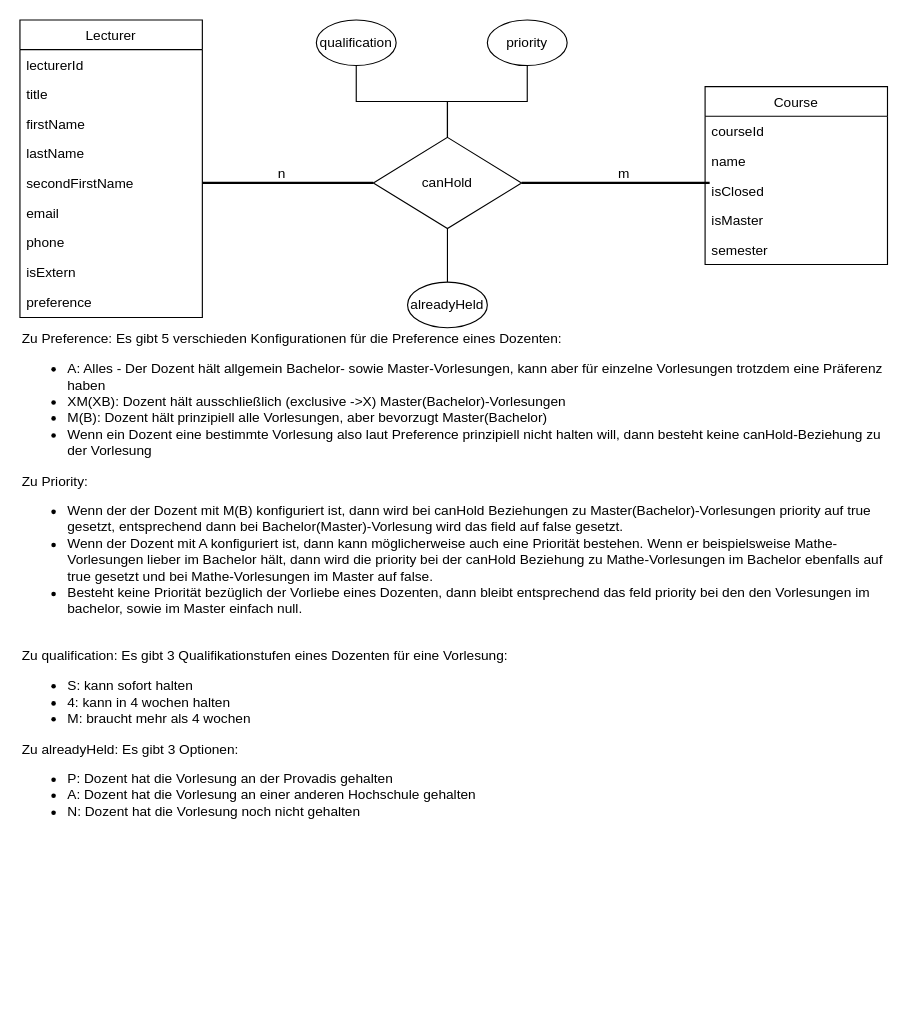
PM-Team-1/TEAM-1-PM-Dozentenverwaltung keeps this draw.io diagram as ER_Lecturer_Assignment_System.drawio. Above is the earlier version. Source tidied: cells renumbered, new cells numbered last; positions are measured from the earlier drawing's top-left corner, leaving out a move shared by most shapes. Both pictures are drawn from the tidied source at 114%, with x=0, y=0 at pixel (19, 19).
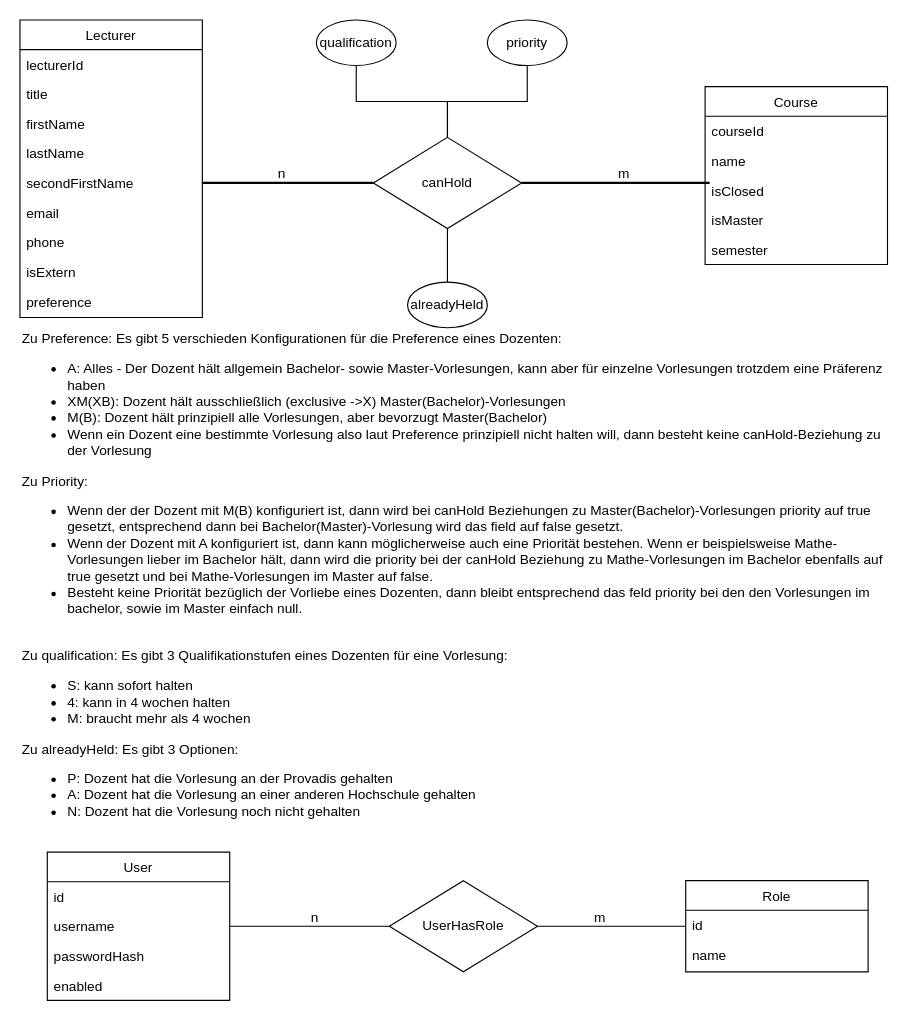
Above is the later version.

What changed in the source:
```diff
@@
+    <mxCell id="30" value="User" style="swimlane;fontStyle=0;align=center;verticalAlign=top;horizontal=1;startSize=26;rounded=0;shadow=0;strokeWidth=1;" parent="1" vertex="1">
+      <mxGeometry x="24" y="730" width="160" height="130" as="geometry" />
+    </mxCell>
+    <mxCell id="31" value="id" style="text;align=left;verticalAlign=top;spacingLeft=4;spacingRight=4;overflow=hidden;" parent="30" vertex="1">
+      <mxGeometry y="26" width="160" height="26" as="geometry" />
+    </mxCell>
+    <mxCell id="32" value="username" style="text;align=left;verticalAlign=top;spacingLeft=4;spacingRight=4;overflow=hidden;points=[[0,0.5],[1,0.5]];portConstraint=eastwest;rounded=0;shadow=0;html=0;" parent="30" vertex="1">
+      <mxGeometry y="52" width="160" height="26" as="geometry" />
+    </mxCell>
+    <mxCell id="33" value="passwordHash" style="text;align=left;verticalAlign=top;spacingLeft=4;spacingRight=4;overflow=hidden;rounded=0;shadow=0;html=0;" parent="30" vertex="1">
+      <mxGeometry y="78" width="160" height="26" as="geometry" />
+    </mxCell>
+    <mxCell id="34" value="enabled" style="text;align=left;verticalAlign=top;spacingLeft=4;spacingRight=4;overflow=hidden;rounded=0;shadow=0;html=0;" parent="30" vertex="1">
+      <mxGeometry y="104" width="160" height="26" as="geometry" />
+    </mxCell>
+    <mxCell id="35" value="Role" style="swimlane;fontStyle=0;align=center;verticalAlign=top;horizontal=1;startSize=26;rounded=0;shadow=0;strokeWidth=1;" parent="1" vertex="1">
+      <mxGeometry x="584" y="755" width="160" height="80" as="geometry" />
+    </mxCell>
+    <mxCell id="36" value="id" style="text;align=left;verticalAlign=top;spacingLeft=4;spacingRight=4;overflow=hidden;" parent="35" vertex="1">
+      <mxGeometry y="26" width="160" height="26" as="geometry" />
+    </mxCell>
+    <mxCell id="37" value="name" style="text;align=left;verticalAlign=top;spacingLeft=4;spacingRight=4;overflow=hidden;rounded=0;shadow=0;html=0;" parent="35" vertex="1">
+      <mxGeometry y="52" width="160" height="26" as="geometry" />
+    </mxCell>
+    <mxCell id="38" style="edgeStyle=orthogonalEdgeStyle;rounded=0;jettySize=auto;html=1;exitX=1;exitY=0.5;exitDx=0;exitDy=0;entryX=0;entryY=0.5;entryDx=0;entryDy=0;endArrow=none;endFill=0;" parent="1" edge="1" source="39" target="35">
+      <mxGeometry relative="1" as="geometry" />
+    </mxCell>
+    <mxCell id="39" value="UserHasRole" style="rhombus;whiteSpace=wrap;html=1;" parent="1" vertex="1">
+      <mxGeometry x="324" y="755" width="130" height="80" as="geometry" />
+    </mxCell>
+    <mxCell id="40" value="n" style="text;html=1;whiteSpace=wrap;strokeColor=none;fillColor=none;align=center;verticalAlign=middle;rounded=0;" parent="1" vertex="1">
+      <mxGeometry x="244" y="773" width="30" height="30" as="geometry" />
+    </mxCell>
+    <mxCell id="41" style="edgeStyle=orthogonalEdgeStyle;rounded=0;jettySize=auto;html=1;exitX=1;exitY=0.5;exitDx=0;exitDy=0;entryX=0;entryY=0.5;entryDx=0;entryDy=0;endArrow=none;endFill=0;" parent="1" edge="1" source="32" target="39">
+      <mxGeometry relative="1" as="geometry" />
+    </mxCell>
+    <mxCell id="42" value="m" style="text;html=1;whiteSpace=wrap;strokeColor=none;fillColor=none;align=center;verticalAlign=middle;rounded=0;" parent="1" vertex="1">
+      <mxGeometry x="494" y="773" width="30" height="30" as="geometry" />
+    </mxCell>
```
